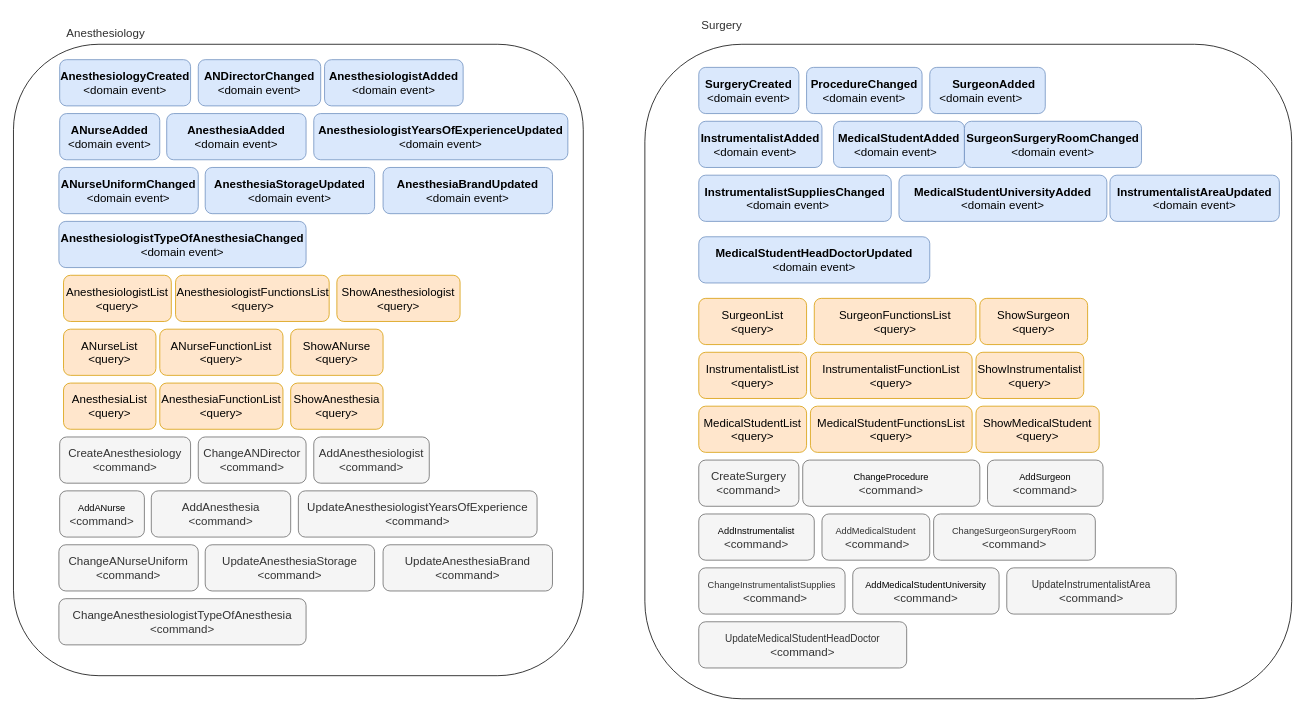
Earlier version of the draw.io diagram page "Analysis" (4 of 4) of model.drawio (shermaes/hospital-ddd). Source tidied: cells renumbered, new cells numbered last; positions are measured from the earlier drawing's top-left corner, leaving out a move shared by most shapes. Both pictures are drawn from the tidied source at 77%, with x=0, y=0 at pixel (13, 13).
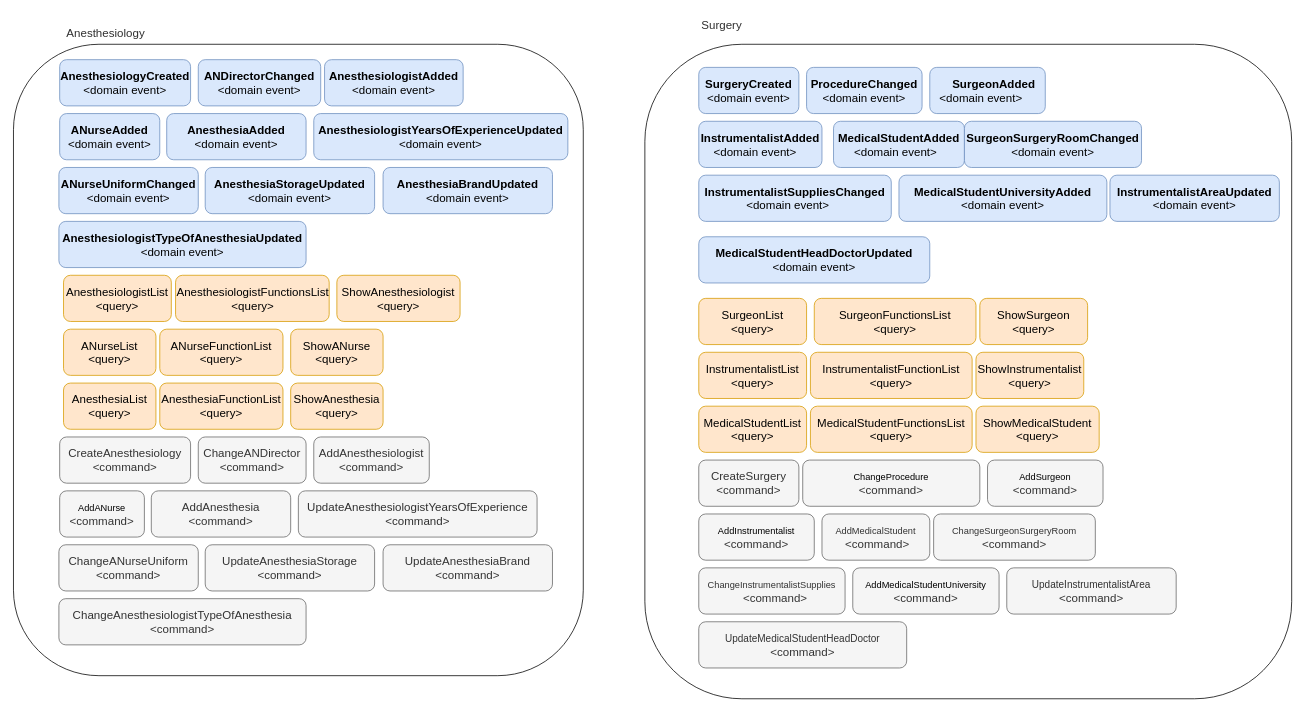
Above is the later version.

What changed in the source:
```diff
@@
-    <mxCell id="61" value="&lt;span style=&quot;font-weight: 700; text-align: left;&quot;&gt;AnesthesiologistTypeOfAnesthesiaChanged&lt;br&gt;&lt;/span&gt;&amp;lt;domain event&amp;gt;" style="rounded=1;whiteSpace=wrap;html=1;fontSize=15;fillColor=#dae8fc;strokeColor=#6c8ebf;" parent="1" vertex="1">
+    <mxCell id="61" value="&lt;span style=&quot;font-weight: 700; text-align: left;&quot;&gt;AnesthesiologistTypeOfAnesthesiaUpdated&lt;br&gt;&lt;/span&gt;&amp;lt;domain event&amp;gt;" style="rounded=1;whiteSpace=wrap;html=1;fontSize=15;fillColor=#dae8fc;strokeColor=#6c8ebf;" parent="1" vertex="1">
       <mxGeometry x="59" y="270" width="321" height="60" as="geometry" />
     </mxCell>
```
